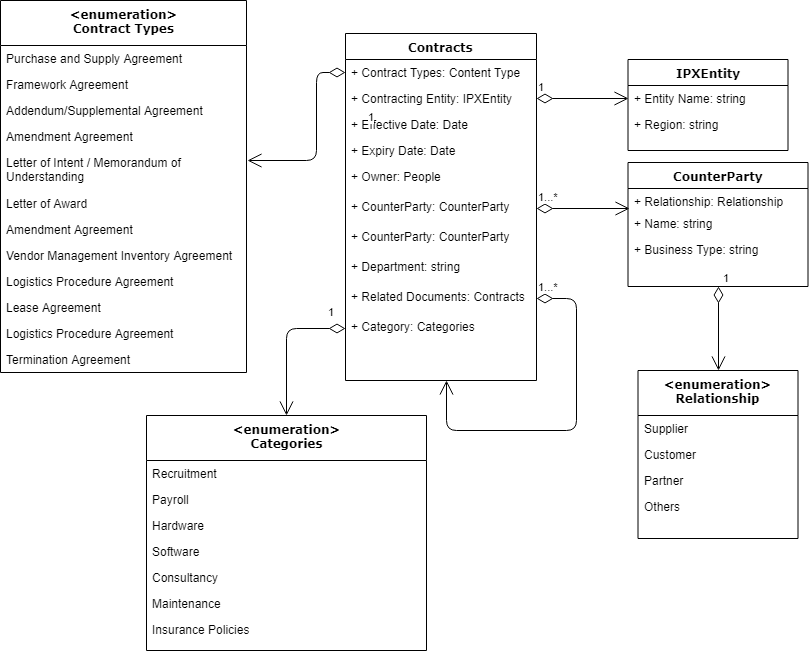
Above: docs/Model Diagram.png in mdingalla/sponline-boiler (draw.io), before the change. Source tidied: cells renumbered, new cells last; positions are measured from the earlier drawing's top-left corner, leaving out a move shared by most shapes.
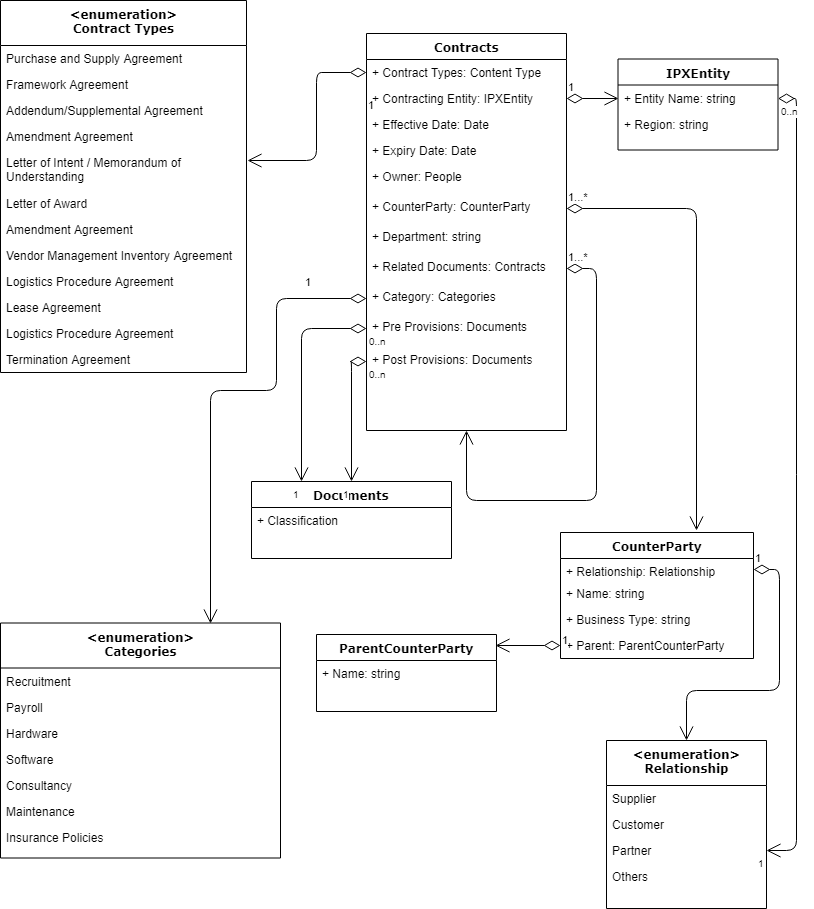
Later version of the same file.

Diff of the diagram source:
```diff
@@ -3,50 +3,49 @@
     <mxCell id="0" />
     <mxCell id="1" parent="0" />
     <mxCell id="2" value="Contracts&lt;br&gt;" style="swimlane;html=1;fontStyle=1;align=center;verticalAlign=top;horizontal=1;startSize=26;swimlaneFillColor=#ffffff;rounded=0;shadow=0;comic=0;labelBackgroundColor=none;strokeColor=#000000;strokeWidth=1;fillColor=none;fontFamily=Verdana;fontSize=12;fontColor=#000000;" parent="1" vertex="1">
-      <mxGeometry x="345" y="33" width="191" height="347" as="geometry" />
+      <mxGeometry x="366" y="33" width="200" height="397" as="geometry" />
     </mxCell>
     <mxCell id="3" value="+ Contract Types: Content Type" style="text;html=1;strokeColor=none;fillColor=none;align=left;verticalAlign=top;spacingLeft=4;spacingRight=4;whiteSpace=wrap;overflow=hidden;points=[[0,0.5],[1,0.5]];portConstraint=eastwest;" parent="2" vertex="1">
-      <mxGeometry y="26" width="191" height="26" as="geometry" />
+      <mxGeometry y="26" width="200" height="26" as="geometry" />
     </mxCell>
     <mxCell id="4" value="+ Contracting Entity: IPXEntity" style="text;html=1;strokeColor=none;fillColor=none;align=left;verticalAlign=top;spacingLeft=4;spacingRight=4;whiteSpace=wrap;overflow=hidden;points=[[0,0.5],[1,0.5]];portConstraint=eastwest;" parent="2" vertex="1">
-      <mxGeometry y="52" width="191" height="26" as="geometry" />
+      <mxGeometry y="52" width="200" height="26" as="geometry" />
     </mxCell>
     <mxCell id="5" value="+ Effective Date: Date" style="text;html=1;strokeColor=none;fillColor=none;align=left;verticalAlign=top;spacingLeft=4;spacingRight=4;whiteSpace=wrap;overflow=hidden;" parent="2" vertex="1">
-      <mxGeometry y="78" width="191" height="26" as="geometry" />
+      <mxGeometry y="78" width="200" height="26" as="geometry" />
     </mxCell>
     <mxCell id="6" value="+ Expiry Date: Date" style="text;html=1;strokeColor=none;fillColor=none;align=left;verticalAlign=top;spacingLeft=4;spacingRight=4;whiteSpace=wrap;overflow=hidden;" parent="2" vertex="1">
-      <mxGeometry y="104" width="191" height="26" as="geometry" />
+      <mxGeometry y="104" width="200" height="26" as="geometry" />
     </mxCell>
     <mxCell id="7" value="+ Owner: People" style="text;html=1;strokeColor=none;fillColor=none;align=left;verticalAlign=top;spacingLeft=4;spacingRight=4;whiteSpace=wrap;overflow=hidden;" parent="2" vertex="1">
-      <mxGeometry y="130" width="191" height="30" as="geometry" />
+      <mxGeometry y="130" width="200" height="30" as="geometry" />
     </mxCell>
     <mxCell id="8" value="+ CounterParty: CounterParty" style="text;html=1;strokeColor=none;fillColor=none;align=left;verticalAlign=top;spacingLeft=4;spacingRight=4;whiteSpace=wrap;overflow=hidden;points=[[0,0.5],[1,0.5]];portConstraint=eastwest;" parent="2" vertex="1">
-      <mxGeometry y="160" width="191" height="30" as="geometry" />
+      <mxGeometry y="160" width="200" height="30" as="geometry" />
     </mxCell>
-    <mxCell id="9" value="+ CounterParty: CounterParty" style="text;html=1;strokeColor=none;fillColor=none;align=left;verticalAlign=top;spacingLeft=4;spacingRight=4;whiteSpace=wrap;overflow=hidden;" parent="2" vertex="1">
-      <mxGeometry y="190" width="191" height="30" as="geometry" />
-    </mxCell>
     <mxCell id="10" value="+ Department: string" style="text;html=1;strokeColor=none;fillColor=none;align=left;verticalAlign=top;spacingLeft=4;spacingRight=4;whiteSpace=wrap;overflow=hidden;" parent="2" vertex="1">
-      <mxGeometry y="220" width="191" height="30" as="geometry" />
+      <mxGeometry y="190" width="200" height="30" as="geometry" />
     </mxCell>
     <mxCell id="11" value="+ Related Documents: Contracts" style="text;html=1;strokeColor=none;fillColor=none;align=left;verticalAlign=top;spacingLeft=4;spacingRight=4;whiteSpace=wrap;overflow=hidden;points=[[0,0.5],[1,0.5]];portConstraint=eastwest;" parent="2" vertex="1">
-      <mxGeometry y="250" width="191" height="30" as="geometry" />
+      <mxGeometry y="220" width="200" height="30" as="geometry" />
     </mxCell>
     <mxCell id="12" value="+ Category: Categories" style="text;html=1;strokeColor=none;fillColor=none;align=left;verticalAlign=top;spacingLeft=4;spacingRight=4;whiteSpace=wrap;overflow=hidden;points=[[0,0.5],[1,0.5]];portConstraint=eastwest;" parent="2" vertex="1">
-      <mxGeometry y="280" width="191" height="30" as="geometry" />
+      <mxGeometry y="250" width="200" height="30" as="geometry" />
     </mxCell>
-    <mxCell id="13" value="1...*" style="endArrow=open;html=1;endSize=12;startArrow=diamondThin;startSize=14;startFill=0;edgeStyle=orthogonalEdgeStyle;align=left;verticalAlign=bottom;exitX=1;exitY=0.5;exitDx=0;exitDy=0;entryX=0.529;entryY=1.233;entryDx=0;entryDy=0;entryPerimeter=0;" parent="2" edge="1" source="11">
+    <mxCell id="13" value="1...*" style="endArrow=open;html=1;endSize=12;startArrow=diamondThin;startSize=14;startFill=0;edgeStyle=orthogonalEdgeStyle;align=left;verticalAlign=bottom;exitX=1;exitY=0.5;exitDx=0;exitDy=0;entryX=0.5;entryY=1;entryDx=0;entryDy=0;" parent="2" edge="1" source="11" target="2">
       <mxGeometry x="-1" y="3" relative="1" as="geometry">
-        <mxPoint x="101" y="347" as="targetPoint" />
         <Array as="points">
-          <mxPoint x="231" y="265" />
-          <mxPoint x="231" y="397" />
-          <mxPoint x="101" y="397" />
+          <mxPoint x="230" y="235" />
+          <mxPoint x="230" y="467" />
+          <mxPoint x="100" y="467" />
         </Array>
       </mxGeometry>
     </mxCell>
+    <mxCell id="52" value="+ Pre Provisions: Documents" style="text;html=1;strokeColor=none;fillColor=none;align=left;verticalAlign=top;spacingLeft=4;spacingRight=4;whiteSpace=wrap;overflow=hidden;points=[[0,0.5],[1,0.5]];portConstraint=eastwest;" parent="2" vertex="1">
+      <mxGeometry y="280" width="200" height="30" as="geometry" />
+    </mxCell>
     <mxCell id="14" value="IPXEntity" style="swimlane;html=1;fontStyle=1;align=center;verticalAlign=top;horizontal=1;startSize=26;swimlaneFillColor=#ffffff;rounded=0;shadow=0;comic=0;labelBackgroundColor=none;strokeColor=#000000;strokeWidth=1;fillColor=none;fontFamily=Verdana;fontSize=12;fontColor=#000000;" parent="1" vertex="1">
-      <mxGeometry x="627.5" y="59" width="160" height="91" as="geometry" />
+      <mxGeometry x="617.5" y="58.5" width="160" height="91" as="geometry" />
     </mxCell>
     <mxCell id="15" value="+ Entity Name: string" style="text;html=1;strokeColor=none;fillColor=none;align=left;verticalAlign=top;spacingLeft=4;spacingRight=4;whiteSpace=wrap;overflow=hidden;points=[[0,0.5],[1,0.5]];portConstraint=eastwest;" parent="14" vertex="1">
       <mxGeometry y="26" width="160" height="26" as="geometry" />
@@ -55,19 +54,22 @@
       <mxGeometry y="52" width="160" height="26" as="geometry" />
     </mxCell>
     <mxCell id="17" value="CounterParty" style="swimlane;html=1;fontStyle=1;align=center;verticalAlign=top;horizontal=1;startSize=26;swimlaneFillColor=#ffffff;rounded=0;shadow=0;comic=0;labelBackgroundColor=none;strokeColor=#000000;strokeWidth=1;fillColor=none;fontFamily=Verdana;fontSize=12;fontColor=#000000;" parent="1" vertex="1">
-      <mxGeometry x="627.5" y="162" width="180" height="124" as="geometry" />
+      <mxGeometry x="560" y="532" width="193" height="126" as="geometry" />
     </mxCell>
     <mxCell id="18" value="+ Relationship: Relationship" style="text;html=1;strokeColor=none;fillColor=none;align=left;verticalAlign=top;spacingLeft=4;spacingRight=4;whiteSpace=wrap;overflow=hidden;points=[[0,0.5],[1,0.5]];portConstraint=eastwest;" parent="17" vertex="1">
-      <mxGeometry y="26" width="180" height="22" as="geometry" />
+      <mxGeometry y="26" width="193" height="22" as="geometry" />
     </mxCell>
     <mxCell id="19" value="+ Name: string" style="text;html=1;strokeColor=none;fillColor=none;align=left;verticalAlign=top;spacingLeft=4;spacingRight=4;whiteSpace=wrap;overflow=hidden;" parent="17" vertex="1">
-      <mxGeometry y="48" width="180" height="26" as="geometry" />
+      <mxGeometry y="48" width="193" height="26" as="geometry" />
     </mxCell>
     <mxCell id="20" value="+ Business Type: string" style="text;html=1;strokeColor=none;fillColor=none;align=left;verticalAlign=top;spacingLeft=4;spacingRight=4;whiteSpace=wrap;overflow=hidden;" parent="17" vertex="1">
-      <mxGeometry y="74" width="180" height="26" as="geometry" />
+      <mxGeometry y="74" width="193" height="26" as="geometry" />
     </mxCell>
+    <mxCell id="53" value="+ Parent: ParentCounterParty&lt;br&gt;" style="text;html=1;strokeColor=none;fillColor=none;align=left;verticalAlign=top;spacingLeft=4;spacingRight=4;whiteSpace=wrap;overflow=hidden;points=[[0,0.5],[1,0.5]];portConstraint=eastwest;" parent="17" vertex="1">
+      <mxGeometry y="100" width="193" height="26" as="geometry" />
+    </mxCell>
     <mxCell id="21" value="&amp;lt;enumeration&amp;gt;&lt;br&gt;Relationship" style="swimlane;html=1;fontStyle=1;align=center;verticalAlign=top;horizontal=1;startSize=45;swimlaneFillColor=#ffffff;rounded=0;shadow=0;comic=0;labelBackgroundColor=none;strokeColor=#000000;strokeWidth=1;fillColor=none;fontFamily=Verdana;fontSize=12;fontColor=#000000;" parent="1" vertex="1">
-      <mxGeometry x="637.5" y="370" width="160" height="168" as="geometry" />
+      <mxGeometry x="606" y="740" width="160" height="168" as="geometry" />
     </mxCell>
     <mxCell id="22" value="Supplier" style="text;html=1;strokeColor=none;fillColor=none;align=left;verticalAlign=top;spacingLeft=4;spacingRight=4;whiteSpace=wrap;overflow=hidden;" parent="21" vertex="1">
       <mxGeometry y="45" width="160" height="26" as="geometry" />
@@ -120,19 +122,19 @@
     <mxCell id="38" value="Termination Agreement" style="text;html=1;strokeColor=none;fillColor=none;align=left;verticalAlign=top;spacingLeft=4;spacingRight=4;whiteSpace=wrap;overflow=hidden;" parent="26" vertex="1">
       <mxGeometry y="346" width="246" height="26" as="geometry" />
     </mxCell>
-    <mxCell id="39" value="1...*" style="endArrow=open;html=1;endSize=12;startArrow=diamondThin;startSize=14;startFill=0;edgeStyle=orthogonalEdgeStyle;align=left;verticalAlign=bottom;entryX=-0.031;entryY=0.909;entryDx=0;entryDy=0;entryPerimeter=0;exitX=1;exitY=0.5;exitDx=0;exitDy=0;" parent="1" edge="1" source="8">
+    <mxCell id="39" value="1...*" style="endArrow=open;html=1;endSize=12;startArrow=diamondThin;startSize=14;startFill=0;edgeStyle=orthogonalEdgeStyle;align=left;verticalAlign=bottom;exitX=1;exitY=0.5;exitDx=0;exitDy=0;" parent="1" edge="1" source="8">
       <mxGeometry x="-1" y="3" relative="1" as="geometry">
-        <mxPoint x="629" y="208" as="targetPoint" />
+        <mxPoint x="696" y="530" as="targetPoint" />
+        <Array as="points">
+          <mxPoint x="696" y="208" />
+        </Array>
       </mxGeometry>
     </mxCell>
     <mxCell id="40" value="1" style="endArrow=open;html=1;endSize=12;startArrow=diamondThin;startSize=14;startFill=0;edgeStyle=orthogonalEdgeStyle;align=left;verticalAlign=bottom;exitX=1;exitY=0.5;exitDx=0;exitDy=0;entryX=0;entryY=0.5;entryDx=0;entryDy=0;" parent="1" edge="1" source="4" target="15">
       <mxGeometry x="-1" y="3" relative="1" as="geometry" />
     </mxCell>
-    <mxCell id="41" value="1" style="endArrow=open;html=1;endSize=12;startArrow=diamondThin;startSize=14;startFill=0;edgeStyle=orthogonalEdgeStyle;align=left;verticalAlign=bottom;entryX=0.5;entryY=0;entryDx=0;entryDy=0;exitX=0.5;exitY=1;exitDx=0;exitDy=0;" parent="1" edge="1" source="17" target="21">
-      <mxGeometry x="-1" y="3" relative="1" as="geometry" />
-    </mxCell>
     <mxCell id="42" value="&amp;lt;enumeration&amp;gt;&lt;br&gt;Categories" style="swimlane;html=1;fontStyle=1;align=center;verticalAlign=top;horizontal=1;startSize=45;swimlaneFillColor=#ffffff;rounded=0;shadow=0;comic=0;labelBackgroundColor=none;strokeColor=#000000;strokeWidth=1;fillColor=none;fontFamily=Verdana;fontSize=12;fontColor=#000000;" parent="1" vertex="1">
-      <mxGeometry x="146" y="415" width="280" height="235" as="geometry" />
+      <mxGeometry y="622.5" width="280" height="235" as="geometry" />
     </mxCell>
     <mxCell id="43" value="Recruitment" style="text;html=1;strokeColor=none;fillColor=none;align=left;verticalAlign=top;spacingLeft=4;spacingRight=4;whiteSpace=wrap;overflow=hidden;" parent="42" vertex="1">
       <mxGeometry y="45" width="280" height="26" as="geometry" />
@@ -155,16 +157,85 @@
     <mxCell id="49" value="Insurance Policies" style="text;html=1;strokeColor=none;fillColor=none;align=left;verticalAlign=top;spacingLeft=4;spacingRight=4;whiteSpace=wrap;overflow=hidden;" parent="42" vertex="1">
       <mxGeometry y="201" width="280" height="26" as="geometry" />
     </mxCell>
-    <mxCell id="50" value="1" style="endArrow=open;html=1;endSize=12;startArrow=diamondThin;startSize=14;startFill=0;edgeStyle=orthogonalEdgeStyle;align=left;verticalAlign=bottom;entryX=0.5;entryY=0;entryDx=0;entryDy=0;" parent="1" edge="1" source="12" target="42">
-      <mxGeometry x="-0.74" y="-8" relative="1" as="geometry" />
+    <mxCell id="50" value="1" style="endArrow=open;html=1;endSize=12;startArrow=diamondThin;startSize=14;startFill=0;edgeStyle=orthogonalEdgeStyle;align=left;verticalAlign=bottom;entryX=0.75;entryY=0;entryDx=0;entryDy=0;" parent="1" edge="1" target="42">
+      <mxGeometry x="-0.74" y="-8" relative="1" as="geometry">
+        <mxPoint x="366" y="298" as="sourcePoint" />
+        <Array as="points">
+          <mxPoint x="276" y="298" />
+          <mxPoint x="276" y="390" />
+          <mxPoint x="210" y="390" />
+        </Array>
+      </mxGeometry>
     </mxCell>
     <mxCell id="51" value="1" style="endArrow=open;html=1;endSize=12;startArrow=diamondThin;startSize=14;startFill=0;edgeStyle=orthogonalEdgeStyle;align=left;verticalAlign=bottom;exitX=0;exitY=0.5;exitDx=0;exitDy=0;entryX=1.004;entryY=0.268;entryDx=0;entryDy=0;entryPerimeter=0;" parent="1" edge="1" source="3" target="31">
       <mxGeometry x="-0.12" y="50" relative="1" as="geometry">
         <Array as="points">
+          <mxPoint x="335" y="72" />
           <mxPoint x="316" y="72" />
           <mxPoint x="316" y="160" />
         </Array>
       </mxGeometry>
     </mxCell>
+    <mxCell id="54" value="ParentCounterParty" style="swimlane;html=1;fontStyle=1;align=center;verticalAlign=top;horizontal=1;startSize=26;swimlaneFillColor=#ffffff;rounded=0;shadow=0;comic=0;labelBackgroundColor=none;strokeColor=#000000;strokeWidth=1;fillColor=none;fontFamily=Verdana;fontSize=12;fontColor=#000000;" parent="1" vertex="1">
+      <mxGeometry x="316" y="634" width="180" height="77" as="geometry" />
+    </mxCell>
+    <mxCell id="55" value="+ Name: string" style="text;html=1;strokeColor=none;fillColor=none;align=left;verticalAlign=top;spacingLeft=4;spacingRight=4;whiteSpace=wrap;overflow=hidden;" parent="54" vertex="1">
+      <mxGeometry y="26" width="180" height="26" as="geometry" />
+    </mxCell>
+    <mxCell id="56" value="1" style="endArrow=open;html=1;endSize=12;startArrow=diamondThin;startSize=14;startFill=0;edgeStyle=orthogonalEdgeStyle;align=left;verticalAlign=bottom;entryX=0.994;entryY=0.137;entryDx=0;entryDy=0;entryPerimeter=0;exitX=0;exitY=0.5;exitDx=0;exitDy=0;" parent="1" edge="1" source="53" target="54">
+      <mxGeometry x="-1" y="3" relative="1" as="geometry" />
+    </mxCell>
+    <mxCell id="57" value="+ Post Provisions: Documents" style="text;html=1;strokeColor=none;fillColor=none;align=left;verticalAlign=top;spacingLeft=4;spacingRight=4;whiteSpace=wrap;overflow=hidden;points=[[0,0.5],[1,0.5]];portConstraint=eastwest;" parent="1" vertex="1">
+      <mxGeometry x="366" y="346" width="200" height="30" as="geometry" />
+    </mxCell>
+    <mxCell id="58" value="Documents" style="swimlane;html=1;fontStyle=1;align=center;verticalAlign=top;horizontal=1;startSize=26;swimlaneFillColor=#ffffff;rounded=0;shadow=0;comic=0;labelBackgroundColor=none;strokeColor=#000000;strokeWidth=1;fillColor=none;fontFamily=Verdana;fontSize=12;fontColor=#000000;" parent="1" vertex="1">
+      <mxGeometry x="251" y="481" width="200" height="77" as="geometry" />
+    </mxCell>
+    <mxCell id="59" value="+ Classification&lt;br&gt;" style="text;html=1;strokeColor=none;fillColor=none;align=left;verticalAlign=top;spacingLeft=4;spacingRight=4;whiteSpace=wrap;overflow=hidden;" parent="58" vertex="1">
+      <mxGeometry y="26" width="200" height="26" as="geometry" />
+    </mxCell>
+    <mxCell id="60" value="&lt;br&gt;" style="endArrow=open;html=1;endSize=12;startArrow=diamondThin;startSize=14;startFill=0;edgeStyle=orthogonalEdgeStyle;exitX=0;exitY=0.5;exitDx=0;exitDy=0;entryX=0.25;entryY=0;entryDx=0;entryDy=0;" parent="1" edge="1" source="52" target="58">
+      <mxGeometry relative="1" as="geometry" />
+    </mxCell>
+    <mxCell id="61" value="0..n" style="html=1;align=left;verticalAlign=top;labelBackgroundColor=#ffffff;fontSize=10;" parent="60" vertex="1">
+      <mxGeometry x="-1" relative="1" as="geometry" />
+    </mxCell>
+    <mxCell id="62" value="1" style="html=1;align=right;verticalAlign=top;labelBackgroundColor=#ffffff;fontSize=10;" parent="60" vertex="1">
+      <mxGeometry x="1" relative="1" as="geometry" />
+    </mxCell>
+    <mxCell id="63" style="endArrow=open;html=1;endSize=12;startArrow=diamondThin;startSize=14;startFill=0;edgeStyle=orthogonalEdgeStyle;exitX=0;exitY=0.5;exitDx=0;exitDy=0;entryX=0.5;entryY=0;entryDx=0;entryDy=0;" parent="1" edge="1" source="57" target="58">
+      <mxGeometry x="-0.52" y="174" relative="1" as="geometry">
+        <mxPoint x="-344" y="39" as="offset" />
+      </mxGeometry>
+    </mxCell>
+    <mxCell id="64" value="0..n" style="html=1;align=left;verticalAlign=top;labelBackgroundColor=#ffffff;fontSize=10;" parent="63" vertex="1">
+      <mxGeometry x="-1" relative="1" as="geometry" />
+    </mxCell>
+    <mxCell id="65" value="1" style="html=1;align=right;verticalAlign=top;labelBackgroundColor=#ffffff;fontSize=10;" parent="63" vertex="1">
+      <mxGeometry x="1" relative="1" as="geometry" />
+    </mxCell>
+    <mxCell id="66" style="endArrow=open;html=1;endSize=12;startArrow=diamondThin;startSize=14;startFill=0;edgeStyle=orthogonalEdgeStyle;entryX=1;entryY=0.5;entryDx=0;entryDy=0;" parent="1" edge="1" source="15" target="24">
+      <mxGeometry relative="1" as="geometry">
+        <Array as="points">
+          <mxPoint x="796" y="98" />
+          <mxPoint x="796" y="850" />
+        </Array>
+      </mxGeometry>
+    </mxCell>
+    <mxCell id="67" value="0..n" style="html=1;align=left;verticalAlign=top;labelBackgroundColor=#ffffff;fontSize=10;" parent="66" vertex="1">
+      <mxGeometry x="-1" relative="1" as="geometry" />
+    </mxCell>
+    <mxCell id="68" value="1" style="html=1;align=right;verticalAlign=top;labelBackgroundColor=#ffffff;fontSize=10;" parent="66" vertex="1">
+      <mxGeometry x="1" relative="1" as="geometry" />
+    </mxCell>
+    <mxCell id="69" value="1" style="endArrow=open;html=1;endSize=12;startArrow=diamondThin;startSize=14;startFill=0;edgeStyle=orthogonalEdgeStyle;align=left;verticalAlign=bottom;exitX=1;exitY=0.5;exitDx=0;exitDy=0;" parent="1" edge="1" source="18" target="21">
+      <mxGeometry x="-1" y="3" relative="1" as="geometry">
+        <Array as="points">
+          <mxPoint x="779" y="569" />
+          <mxPoint x="779" y="690" />
+          <mxPoint x="686" y="690" />
+        </Array>
+      </mxGeometry>
+    </mxCell>
   </root>
 </mxGraphModel>
```
